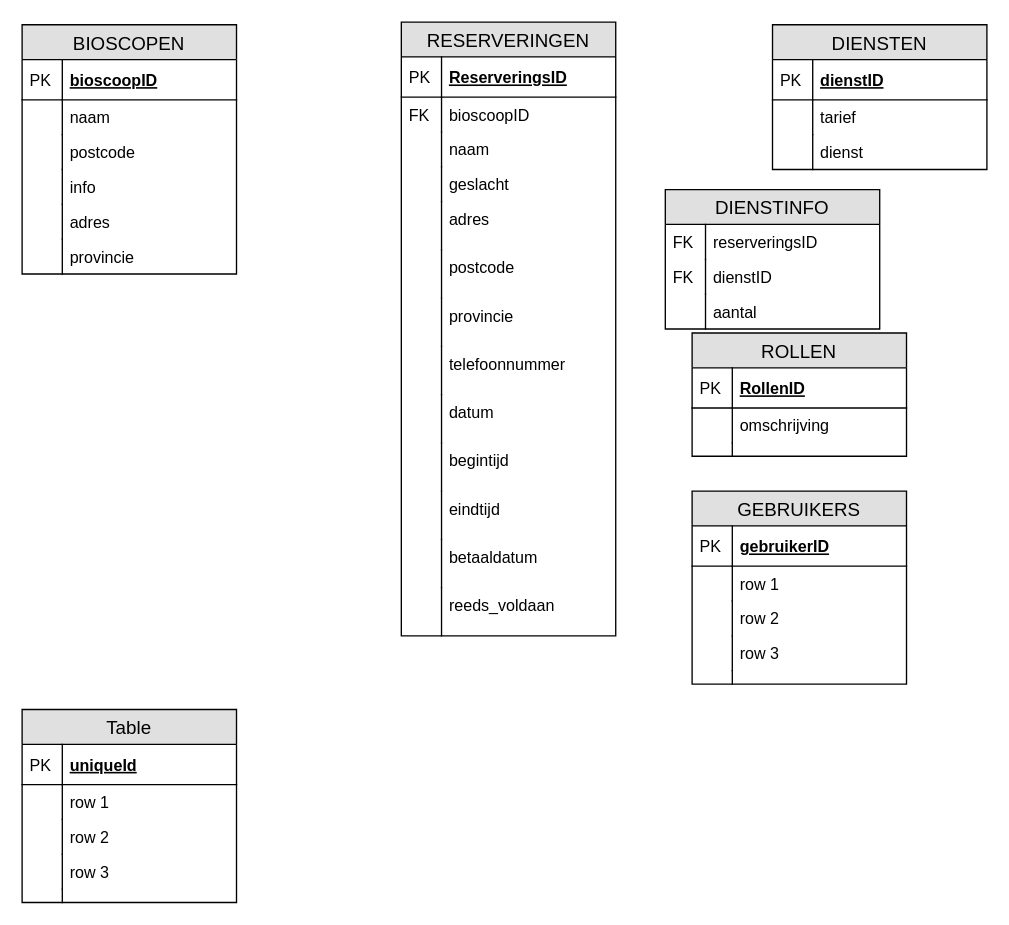
saifrashed/gameplayparty keeps this draw.io diagram as docs/wireframes/draw.io/ERD.drawio. Above is the earlier version. Source tidied: cells renumbered, new cells numbered last; positions are measured from the earlier drawing's top-left corner, leaving out a move shared by most shapes. Both pictures are drawn from the tidied source at 134%, with x=0, y=0 at pixel (21, 21).
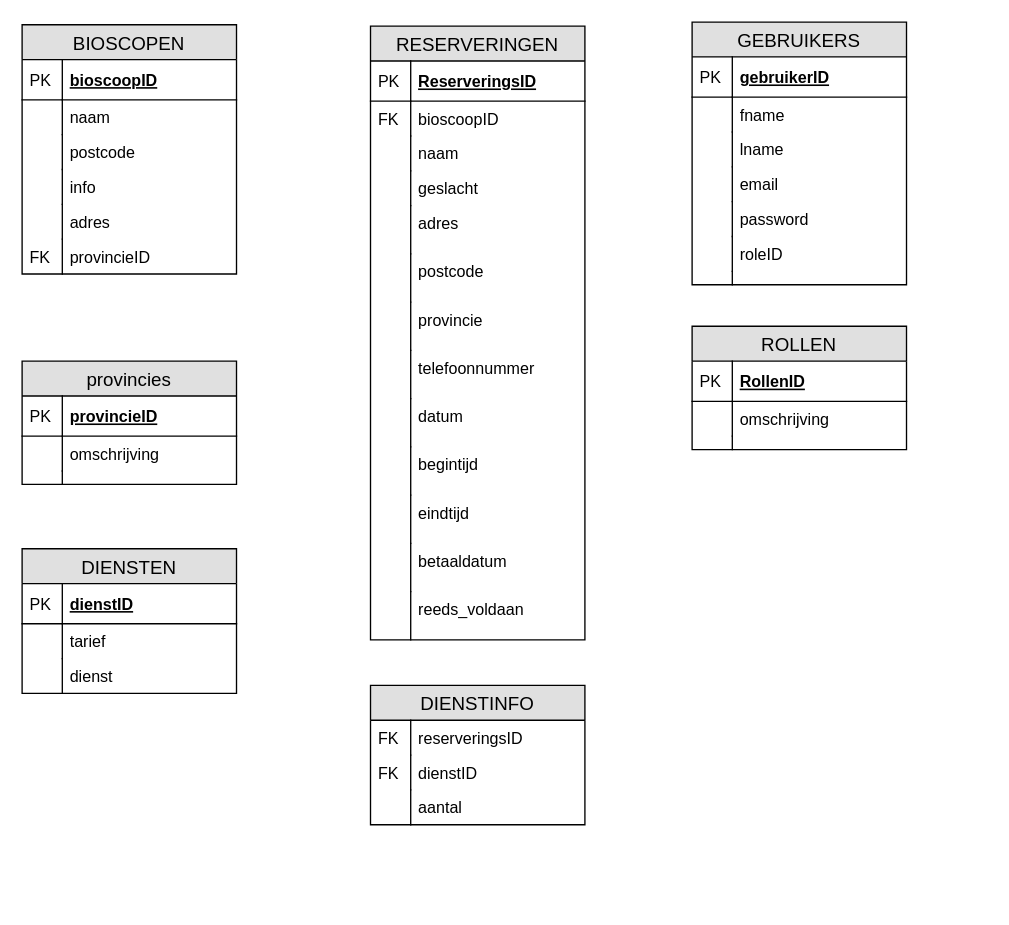
The same page after the edit.

The change refers to these unchanged cells:
```xml
<mxCell id="43" value="BIOSCOPEN" style="swimlane;fontStyle=0;horizontal=1;startSize=26;fillColor=#e0e0e0;swimlaneFillColor=#ffffff;align=center;fontSize=14;" parent="1" vertex="1">
  <mxGeometry y="2" width="160" height="186" as="geometry" />
</mxCell>
```

Change to the diagram source:
```diff
@@
     <mxCell id="2" value="RESERVERINGEN" style="swimlane;fontStyle=0;horizontal=1;startSize=26;fillColor=#e0e0e0;swimlaneFillColor=#ffffff;align=center;fontSize=14;" parent="1" vertex="1">
-      <mxGeometry x="283" width="160" height="458" as="geometry" />
+      <mxGeometry x="260" y="3" width="160" height="458" as="geometry" />
     </mxCell>
@@
     <mxCell id="29" value="DIENSTINFO" style="swimlane;fontStyle=0;horizontal=1;startSize=26;fillColor=#e0e0e0;swimlaneFillColor=#ffffff;align=center;fontSize=14;" parent="1" vertex="1">
-      <mxGeometry x="480" y="125" width="160" height="104" as="geometry" />
+      <mxGeometry x="260" y="495" width="160" height="104" as="geometry" />
     </mxCell>
@@
     <mxCell id="36" value="DIENSTEN" style="swimlane;fontStyle=0;horizontal=1;startSize=26;fillColor=#e0e0e0;swimlaneFillColor=#ffffff;align=center;fontSize=14;" parent="1" vertex="1">
-      <mxGeometry x="560" y="2" width="160" height="108" as="geometry" />
+      <mxGeometry y="393" width="160" height="108" as="geometry" />
     </mxCell>
@@
-    <mxCell id="54" value="provincie" style="shape=partialRectangle;top=0;left=0;right=0;bottom=0;align=left;verticalAlign=top;fillColor=none;spacingLeft=34;spacingRight=4;overflow=hidden;fontSize=12;" parent="43" vertex="1">
+    <mxCell id="54" value="provincieID" style="shape=partialRectangle;top=0;left=0;right=0;bottom=0;align=left;verticalAlign=top;fillColor=none;spacingLeft=34;spacingRight=4;overflow=hidden;fontSize=12;" parent="43" vertex="1">
       <mxGeometry y="160" width="160" height="26" as="geometry" />
     </mxCell>
-    <mxCell id="55" style="shape=partialRectangle;top=0;left=0;bottom=0;fillColor=none;align=left;verticalAlign=top;spacingLeft=4;spacingRight=4;overflow=hidden;fontSize=12;" parent="54" vertex="1">
+    <mxCell id="55" value="FK" style="shape=partialRectangle;top=0;left=0;bottom=0;fillColor=none;align=left;verticalAlign=top;spacingLeft=4;spacingRight=4;overflow=hidden;fontSize=12;" parent="54" vertex="1">
       <mxGeometry width="30" height="26" as="geometry" />
     </mxCell>
     <mxCell id="56" value="ROLLEN" style="swimlane;fontStyle=0;horizontal=1;startSize=26;fillColor=#e0e0e0;swimlaneFillColor=#ffffff;align=center;fontSize=14;" parent="1" vertex="1">
-      <mxGeometry x="500" y="232" width="160" height="92" as="geometry" />
+      <mxGeometry x="500" y="227" width="160" height="92" as="geometry" />
     </mxCell>
@@
     <mxCell id="63" value="GEBRUIKERS" style="swimlane;fontStyle=0;horizontal=1;startSize=26;fillColor=#e0e0e0;swimlaneFillColor=#ffffff;align=center;fontSize=14;" parent="1" vertex="1">
-      <mxGeometry x="500" y="350" width="160" height="144" as="geometry" />
+      <mxGeometry x="500" width="160" height="196" as="geometry" />
     </mxCell>
@@
-    <mxCell id="66" value="row 1" style="shape=partialRectangle;top=0;left=0;right=0;bottom=0;align=left;verticalAlign=top;fillColor=none;spacingLeft=34;spacingRight=4;overflow=hidden;fontSize=12;" parent="63" vertex="1">
+    <mxCell id="66" value="fname" style="shape=partialRectangle;top=0;left=0;right=0;bottom=0;align=left;verticalAlign=top;fillColor=none;spacingLeft=34;spacingRight=4;overflow=hidden;fontSize=12;" parent="63" vertex="1">
       <mxGeometry y="56" width="160" height="26" as="geometry" />
     </mxCell>
@@
-    <mxCell id="68" value="row 2" style="shape=partialRectangle;top=0;left=0;right=0;bottom=0;align=left;verticalAlign=top;fillColor=none;spacingLeft=34;spacingRight=4;overflow=hidden;fontSize=12;" parent="63" vertex="1">
+    <mxCell id="68" value="lname" style="shape=partialRectangle;top=0;left=0;right=0;bottom=0;align=left;verticalAlign=top;fillColor=none;spacingLeft=34;spacingRight=4;overflow=hidden;fontSize=12;" parent="63" vertex="1">
       <mxGeometry y="82" width="160" height="26" as="geometry" />
     </mxCell>
@@
+    <mxCell id="85" value="email" style="shape=partialRectangle;top=0;left=0;right=0;bottom=0;align=left;verticalAlign=top;fillColor=none;spacingLeft=34;spacingRight=4;overflow=hidden;fontSize=12;" parent="63" vertex="1">
+      <mxGeometry y="108" width="160" height="26" as="geometry" />
+    </mxCell>
+    <mxCell id="86" style="shape=partialRectangle;top=0;left=0;bottom=0;fillColor=none;align=left;verticalAlign=top;spacingLeft=4;spacingRight=4;overflow=hidden;fontSize=12;" parent="85" vertex="1">
+      <mxGeometry width="30" height="26" as="geometry" />
+    </mxCell>
-    <mxCell id="70" value="row 3" style="shape=partialRectangle;top=0;left=0;right=0;bottom=0;align=left;verticalAlign=top;fillColor=none;spacingLeft=34;spacingRight=4;overflow=hidden;fontSize=12;" parent="63" vertex="1">
-      <mxGeometry y="108" width="160" height="26" as="geometry" />
+    <mxCell id="70" value="password" style="shape=partialRectangle;top=0;left=0;right=0;bottom=0;align=left;verticalAlign=top;fillColor=none;spacingLeft=34;spacingRight=4;overflow=hidden;fontSize=12;" parent="63" vertex="1">
+      <mxGeometry y="134" width="160" height="26" as="geometry" />
     </mxCell>
@@
+    <mxCell id="87" value="roleID" style="shape=partialRectangle;top=0;left=0;right=0;bottom=0;align=left;verticalAlign=top;fillColor=none;spacingLeft=34;spacingRight=4;overflow=hidden;fontSize=12;" parent="63" vertex="1">
+      <mxGeometry y="160" width="160" height="26" as="geometry" />
+    </mxCell>
+    <mxCell id="88" style="shape=partialRectangle;top=0;left=0;bottom=0;fillColor=none;align=left;verticalAlign=top;spacingLeft=4;spacingRight=4;overflow=hidden;fontSize=12;" parent="87" vertex="1">
+      <mxGeometry width="30" height="26" as="geometry" />
+    </mxCell>
     <mxCell id="72" style="shape=partialRectangle;top=0;left=0;right=0;bottom=0;align=left;verticalAlign=top;fillColor=none;spacingLeft=34;spacingRight=4;overflow=hidden;fontSize=12;" parent="63" vertex="1">
-      <mxGeometry y="134" width="160" height="10" as="geometry" />
+      <mxGeometry y="186" width="160" height="10" as="geometry" />
     </mxCell>
@@
-    <mxCell id="74" value="Table" style="swimlane;fontStyle=0;horizontal=1;startSize=26;fillColor=#e0e0e0;swimlaneFillColor=#ffffff;align=center;fontSize=14;" parent="1" vertex="1">
-      <mxGeometry y="513" width="160" height="144" as="geometry" />
+    <mxCell id="74" value="provincies" style="swimlane;fontStyle=0;horizontal=1;startSize=26;fillColor=#e0e0e0;swimlaneFillColor=#ffffff;align=center;fontSize=14;" parent="1" vertex="1">
+      <mxGeometry y="253" width="160" height="92" as="geometry" />
     </mxCell>
-    <mxCell id="75" value="uniqueId" style="shape=partialRectangle;top=0;left=0;right=0;bottom=1;align=left;verticalAlign=middle;fillColor=none;spacingLeft=34;spacingRight=4;overflow=hidden;fontStyle=5;fontSize=12;" parent="74" vertex="1">
+    <mxCell id="75" value="provincieID" style="shape=partialRectangle;top=0;left=0;right=0;bottom=1;align=left;verticalAlign=middle;fillColor=none;spacingLeft=34;spacingRight=4;overflow=hidden;fontStyle=5;fontSize=12;" parent="74" vertex="1">
       <mxGeometry y="26" width="160" height="30" as="geometry" />
     </mxCell>
@@
-    <mxCell id="77" value="row 1" style="shape=partialRectangle;top=0;left=0;right=0;bottom=0;align=left;verticalAlign=top;fillColor=none;spacingLeft=34;spacingRight=4;overflow=hidden;fontSize=12;" parent="74" vertex="1">
+    <mxCell id="77" value="omschrijving" style="shape=partialRectangle;top=0;left=0;right=0;bottom=0;align=left;verticalAlign=top;fillColor=none;spacingLeft=34;spacingRight=4;overflow=hidden;fontSize=12;" parent="74" vertex="1">
       <mxGeometry y="56" width="160" height="26" as="geometry" />
     </mxCell>
@@
-    <mxCell id="79" value="row 2" style="shape=partialRectangle;top=0;left=0;right=0;bottom=0;align=left;verticalAlign=top;fillColor=none;spacingLeft=34;spacingRight=4;overflow=hidden;fontSize=12;" parent="74" vertex="1">
-      <mxGeometry y="82" width="160" height="26" as="geometry" />
-    </mxCell>
-    <mxCell id="80" style="shape=partialRectangle;top=0;left=0;bottom=0;fillColor=none;align=left;verticalAlign=top;spacingLeft=4;spacingRight=4;overflow=hidden;fontSize=12;" parent="79" vertex="1">
-      <mxGeometry width="30" height="26" as="geometry" />
-    </mxCell>
-    <mxCell id="81" value="row 3" style="shape=partialRectangle;top=0;left=0;right=0;bottom=0;align=left;verticalAlign=top;fillColor=none;spacingLeft=34;spacingRight=4;overflow=hidden;fontSize=12;" parent="74" vertex="1">
-      <mxGeometry y="108" width="160" height="26" as="geometry" />
-    </mxCell>
-    <mxCell id="82" style="shape=partialRectangle;top=0;left=0;bottom=0;fillColor=none;align=left;verticalAlign=top;spacingLeft=4;spacingRight=4;overflow=hidden;fontSize=12;" parent="81" vertex="1">
-      <mxGeometry width="30" height="26" as="geometry" />
-    </mxCell>
     <mxCell id="83" style="shape=partialRectangle;top=0;left=0;right=0;bottom=0;align=left;verticalAlign=top;fillColor=none;spacingLeft=34;spacingRight=4;overflow=hidden;fontSize=12;" parent="74" vertex="1">
-      <mxGeometry y="134" width="160" height="10" as="geometry" />
+      <mxGeometry y="82" width="160" height="10" as="geometry" />
     </mxCell>
```
